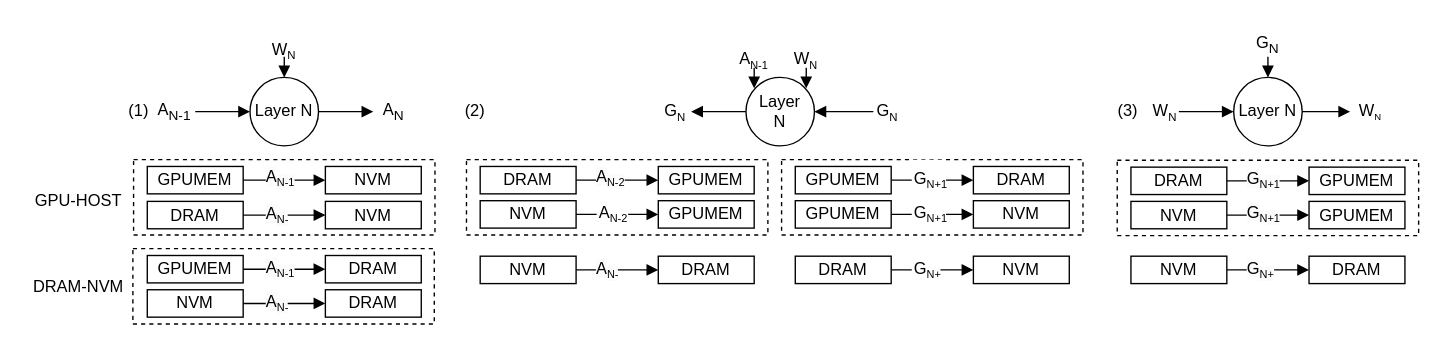
Before: fig/pipeline.drawio in icszhr/NCheck, a draw.io diagram. Source tidied: cells renumbered, new cells numbered last; positions are measured from the earlier drawing's top-left corner, leaving out a move shared by most shapes. Both pictures are drawn from the tidied source at 137%, with x=0, y=0 at pixel (23, 23).
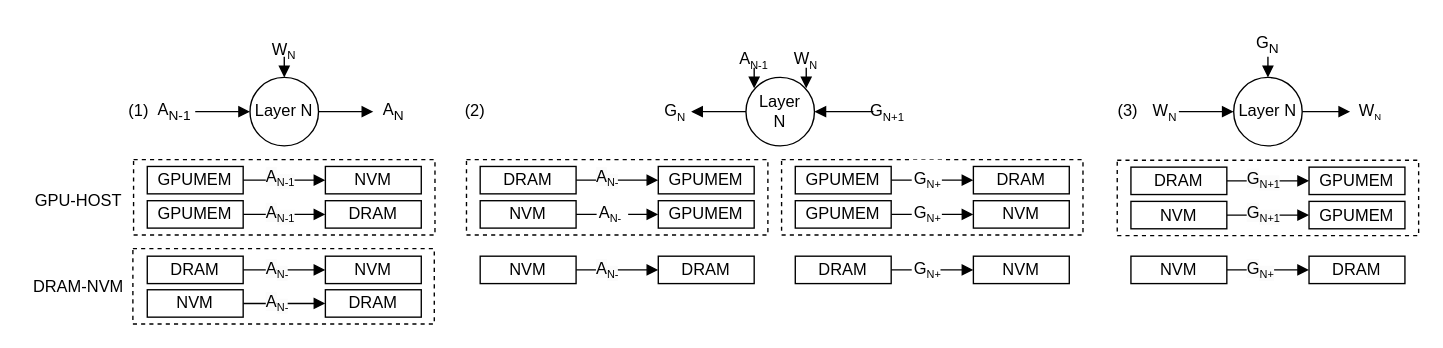
The same page after the edit.

Diff of the diagram source:
```diff
@@
-    <mxCell id="39" value="&lt;div style=&quot;text-align: center;&quot;&gt;A&lt;sub&gt;&lt;font style=&quot;font-size: 8px;&quot;&gt;N-2&lt;/font&gt;&lt;/sub&gt;&lt;br&gt;&lt;/div&gt;" style="text;whiteSpace=wrap;html=1;fillColor=default;" parent="1" vertex="1">
+    <mxCell id="39" value="&lt;div style=&quot;text-align: center;&quot;&gt;A&lt;sub&gt;&lt;font style=&quot;font-size: 8px;&quot;&gt;N-&lt;/font&gt;&lt;/sub&gt;&lt;br&gt;&lt;/div&gt;" style="text;whiteSpace=wrap;html=1;fillColor=default;" parent="1" vertex="1">
       <mxGeometry x="418" y="124" width="23" height="20" as="geometry" />
     </mxCell>
@@
     <mxCell id="42" value="DRAM" style="rounded=0;whiteSpace=wrap;html=1;" parent="1" vertex="1">
-      <mxGeometry x="90" y="129.5" width="70" height="20" as="geometry" />
+      <mxGeometry x="90" y="169.5" width="70" height="20" as="geometry" />
     </mxCell>
     <mxCell id="43" value="NVM" style="rounded=0;whiteSpace=wrap;html=1;" parent="1" vertex="1">
-      <mxGeometry x="220" y="129.5" width="70" height="20" as="geometry" />
+      <mxGeometry x="220" y="169.5" width="70" height="20" as="geometry" />
     </mxCell>
     <mxCell id="44" value="&lt;span style=&quot;color: rgb(0, 0, 0); font-family: Helvetica; font-size: 12px; font-style: normal; font-variant-ligatures: normal; font-variant-caps: normal; font-weight: 400; letter-spacing: normal; orphans: 2; text-align: center; text-indent: 0px; text-transform: none; widows: 2; word-spacing: 0px; -webkit-text-stroke-width: 0px; white-space: normal; background-color: rgb(251, 251, 251); text-decoration-thickness: initial; text-decoration-style: initial; text-decoration-color: initial; display: inline !important; float: none;&quot;&gt;A&lt;/span&gt;&lt;sub style=&quot;forced-color-adjust: none; color: rgb(0, 0, 0); font-family: Helvetica; font-style: normal; font-variant-ligatures: normal; font-variant-caps: normal; font-weight: 400; letter-spacing: normal; orphans: 2; text-align: center; text-indent: 0px; text-transform: none; widows: 2; word-spacing: 0px; -webkit-text-stroke-width: 0px; white-space: normal; background-color: rgb(251, 251, 251); text-decoration-thickness: initial; text-decoration-style: initial; text-decoration-color: initial;&quot;&gt;&lt;font style=&quot;font-size: 8px;&quot;&gt;N-&lt;/font&gt;&lt;/sub&gt;" style="text;whiteSpace=wrap;html=1;" parent="1" vertex="1">
-      <mxGeometry x="175" y="124.5" width="19" height="30" as="geometry" />
+      <mxGeometry x="175" y="164.5" width="19" height="30" as="geometry" />
     </mxCell>
@@
     <mxCell id="47" value="GPUMEM" style="rounded=0;whiteSpace=wrap;html=1;" parent="1" vertex="1">
-      <mxGeometry x="90" y="169" width="70" height="20" as="geometry" />
+      <mxGeometry x="90" y="129" width="70" height="20" as="geometry" />
     </mxCell>
     <mxCell id="48" value="DRAM" style="rounded=0;whiteSpace=wrap;html=1;" parent="1" vertex="1">
-      <mxGeometry x="220" y="169" width="70" height="20" as="geometry" />
+      <mxGeometry x="220" y="129" width="70" height="20" as="geometry" />
     </mxCell>
     <mxCell id="49" value="&lt;span style=&quot;color: rgb(0, 0, 0); font-family: Helvetica; font-size: 12px; font-style: normal; font-variant-ligatures: normal; font-variant-caps: normal; font-weight: 400; letter-spacing: normal; orphans: 2; text-align: center; text-indent: 0px; text-transform: none; widows: 2; word-spacing: 0px; -webkit-text-stroke-width: 0px; white-space: normal; background-color: rgb(251, 251, 251); text-decoration-thickness: initial; text-decoration-style: initial; text-decoration-color: initial; display: inline !important; float: none;&quot;&gt;A&lt;/span&gt;&lt;sub style=&quot;forced-color-adjust: none; color: rgb(0, 0, 0); font-family: Helvetica; font-style: normal; font-variant-ligatures: normal; font-variant-caps: normal; font-weight: 400; letter-spacing: normal; orphans: 2; text-align: center; text-indent: 0px; text-transform: none; widows: 2; word-spacing: 0px; -webkit-text-stroke-width: 0px; white-space: normal; background-color: rgb(251, 251, 251); text-decoration-thickness: initial; text-decoration-style: initial; text-decoration-color: initial;&quot;&gt;&lt;font style=&quot;font-size: 8px;&quot;&gt;N-1&lt;/font&gt;&lt;/sub&gt;" style="text;whiteSpace=wrap;html=1;" parent="1" vertex="1">
-      <mxGeometry x="175" y="164" width="30" height="30" as="geometry" />
+      <mxGeometry x="175" y="124" width="30" height="30" as="geometry" />
     </mxCell>
-    <mxCell id="50" value="&lt;span style=&quot;color: rgb(0, 0, 0); font-family: Helvetica; font-size: 12px; font-style: normal; font-variant-ligatures: normal; font-variant-caps: normal; font-weight: 400; letter-spacing: normal; orphans: 2; text-align: center; text-indent: 0px; text-transform: none; widows: 2; word-spacing: 0px; -webkit-text-stroke-width: 0px; white-space: normal; background-color: rgb(251, 251, 251); text-decoration-thickness: initial; text-decoration-style: initial; text-decoration-color: initial; display: inline !important; float: none;&quot;&gt;A&lt;/span&gt;&lt;sub style=&quot;forced-color-adjust: none; color: rgb(0, 0, 0); font-family: Helvetica; font-style: normal; font-variant-ligatures: normal; font-variant-caps: normal; font-weight: 400; letter-spacing: normal; orphans: 2; text-align: center; text-indent: 0px; text-transform: none; widows: 2; word-spacing: 0px; -webkit-text-stroke-width: 0px; white-space: normal; background-color: rgb(251, 251, 251); text-decoration-thickness: initial; text-decoration-style: initial; text-decoration-color: initial;&quot;&gt;&lt;font style=&quot;font-size: 8px;&quot;&gt;N-2&lt;/font&gt;&lt;/sub&gt;" style="text;whiteSpace=wrap;html=1;" parent="1" vertex="1">
+    <mxCell id="50" value="&lt;span style=&quot;color: rgb(0, 0, 0); font-family: Helvetica; font-size: 12px; font-style: normal; font-variant-ligatures: normal; font-variant-caps: normal; font-weight: 400; letter-spacing: normal; orphans: 2; text-align: center; text-indent: 0px; text-transform: none; widows: 2; word-spacing: 0px; -webkit-text-stroke-width: 0px; white-space: normal; background-color: rgb(251, 251, 251); text-decoration-thickness: initial; text-decoration-style: initial; text-decoration-color: initial; display: inline !important; float: none;&quot;&gt;A&lt;/span&gt;&lt;sub style=&quot;forced-color-adjust: none; color: rgb(0, 0, 0); font-family: Helvetica; font-style: normal; font-variant-ligatures: normal; font-variant-caps: normal; font-weight: 400; letter-spacing: normal; orphans: 2; text-align: center; text-indent: 0px; text-transform: none; widows: 2; word-spacing: 0px; -webkit-text-stroke-width: 0px; white-space: normal; background-color: rgb(251, 251, 251); text-decoration-thickness: initial; text-decoration-style: initial; text-decoration-color: initial;&quot;&gt;&lt;font style=&quot;font-size: 8px;&quot;&gt;N-&lt;/font&gt;&lt;/sub&gt;" style="text;whiteSpace=wrap;html=1;" parent="1" vertex="1">
       <mxGeometry x="416" y="98" width="30" height="30" as="geometry" />
     </mxCell>
@@
-    <mxCell id="54" value="&lt;div style=&quot;text-align: center;&quot;&gt;G&lt;sub&gt;&lt;font style=&quot;font-size: 8px;&quot;&gt;N+1&lt;/font&gt;&lt;/sub&gt;&lt;br&gt;&lt;/div&gt;" style="text;whiteSpace=wrap;html=1;fillColor=default;" parent="1" vertex="1">
-      <mxGeometry x="648" y="99" width="25" height="30" as="geometry" />
+    <mxCell id="54" value="&lt;div style=&quot;text-align: center;&quot;&gt;G&lt;sub&gt;&lt;font style=&quot;font-size: 8px;&quot;&gt;N+&lt;/font&gt;&lt;/sub&gt;&lt;br&gt;&lt;/div&gt;" style="text;whiteSpace=wrap;html=1;fillColor=default;" parent="1" vertex="1">
+      <mxGeometry x="648" y="99" width="22" height="30" as="geometry" />
     </mxCell>
@@
-    <mxCell id="59" value="&lt;div style=&quot;text-align: center;&quot;&gt;G&lt;sub&gt;&lt;font style=&quot;font-size: 8px;&quot;&gt;N+1&lt;/font&gt;&lt;/sub&gt;&lt;br&gt;&lt;/div&gt;" style="text;whiteSpace=wrap;html=1;fillColor=default;" parent="1" vertex="1">
-      <mxGeometry x="648" y="124" width="25" height="20" as="geometry" />
+    <mxCell id="59" value="&lt;div style=&quot;text-align: center;&quot;&gt;G&lt;sub&gt;&lt;font style=&quot;font-size: 8px;&quot;&gt;N+&lt;/font&gt;&lt;/sub&gt;&lt;br&gt;&lt;/div&gt;" style="text;whiteSpace=wrap;html=1;fillColor=default;" parent="1" vertex="1">
+      <mxGeometry x="648" y="124" width="22" height="20" as="geometry" />
     </mxCell>
@@
-    <mxCell id="86" value="G&lt;span style=&quot;font-size: 10px;&quot;&gt;&lt;sub&gt;N&lt;/sub&gt;&lt;/span&gt;" style="text;html=1;align=center;verticalAlign=middle;whiteSpace=wrap;rounded=0;" parent="1" vertex="1">
+    <mxCell id="86" value="G&lt;span style=&quot;font-size: 10px;&quot;&gt;&lt;sub&gt;N+1&lt;/sub&gt;&lt;/span&gt;" style="text;html=1;align=center;verticalAlign=middle;whiteSpace=wrap;rounded=0;" parent="1" vertex="1">
       <mxGeometry x="618" y="49" width="25" height="30" as="geometry" />
     </mxCell>
```
